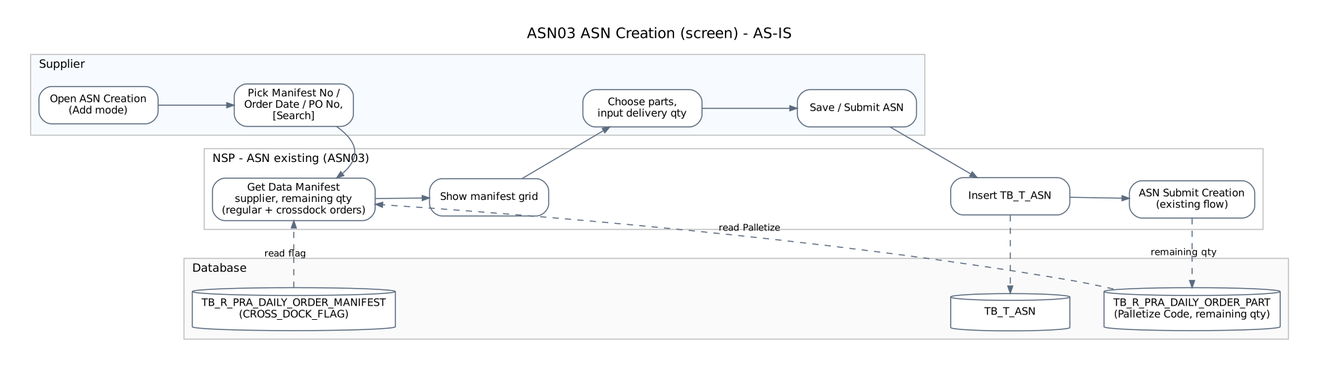
ivanrayhannn/crossdockpoc keeps this Graphviz diagram as deliverables/asn_existing/flow_img/asn03_as_is.png. Above is the earlier version. Its source is kept beside it as deliverables/asn_existing/flow_img/asn03_as_is.dot. Source of this version:
```dot
digraph G {
  graph [rankdir=LR, fontname="Helvetica", fontsize=11, nodesep=0.35, ranksep=0.45, pad=0.3, newrank=true, label="ASN03 ASN Creation (screen) - AS-IS", labelloc=t, fontsize=14];
  node [shape=box, style="rounded,filled", fillcolor="#FFFFFF", color="#5B6B7F", fontname="Helvetica", fontsize=10, margin="0.12,0.06", width=1.6];
  edge [color="#5B6B7F", fontname="Helvetica", fontsize=9, arrowsize=0.7];
  subgraph cluster_sup { label="Supplier"; style="filled"; fillcolor="#F7FBFF"; color="#BFBFBF"; fontsize=11; labeljust=l;
    s1 [label="Open ASN Creation\n(Add mode)"];
    s2 [label="Pick Manifest No /\nOrder Date / PO No,\n[Search]"];
    s3 [label="Choose parts,\ninput delivery qty"];
    s4 [label="Save / Submit ASN"];
  }
  subgraph cluster_nsp { label="NSP - ASN existing (ASN03)"; style="filled"; fillcolor="#FFFFFF"; color="#BFBFBF"; fontsize=11; labeljust=l;
    n2 [label="Get Data Manifest\nsupplier, remaining qty\n(regular + crossdock orders)"];
    n3 [label="Show manifest grid"];
    n4 [label="Insert TB_T_ASN"];
    n5 [label="ASN Submit Creation\n(existing flow)"];
  }
  subgraph cluster_db { label="Database"; style="filled"; fillcolor="#FAFAFA"; color="#BFBFBF"; fontsize=11; labeljust=l;
    db_pm [shape=cylinder, label="TB_R_PRA_DAILY_ORDER_MANIFEST\n(CROSS_DOCK_FLAG)"];
    db_pp [shape=cylinder, label="TB_R_PRA_DAILY_ORDER_PART\n(Palletize Code, remaining qty)"];
    db_asn [shape=cylinder, label="TB_T_ASN"];
  }
  s1 -> s2 -> n2 -> n3 -> s3 -> s4 -> n4 -> n5;
  db_pm -> n2 [style=dashed, label="read flag", constraint=false]; db_pp -> n2 [style=dashed, label="read Palletize", constraint=false];
  n4 -> db_asn [style=dashed, constraint=false]; n5 -> db_pp [style=dashed, label="remaining qty", constraint=false];
  { rank=same; s2; n2; db_pm; } s2 -> n2 [style=invis]; n2 -> db_pm [style=invis];
  { rank=same; n5; db_pp; } n5 -> db_pp [style=invis];
  { rank=same; n4; db_asn; }
}
```
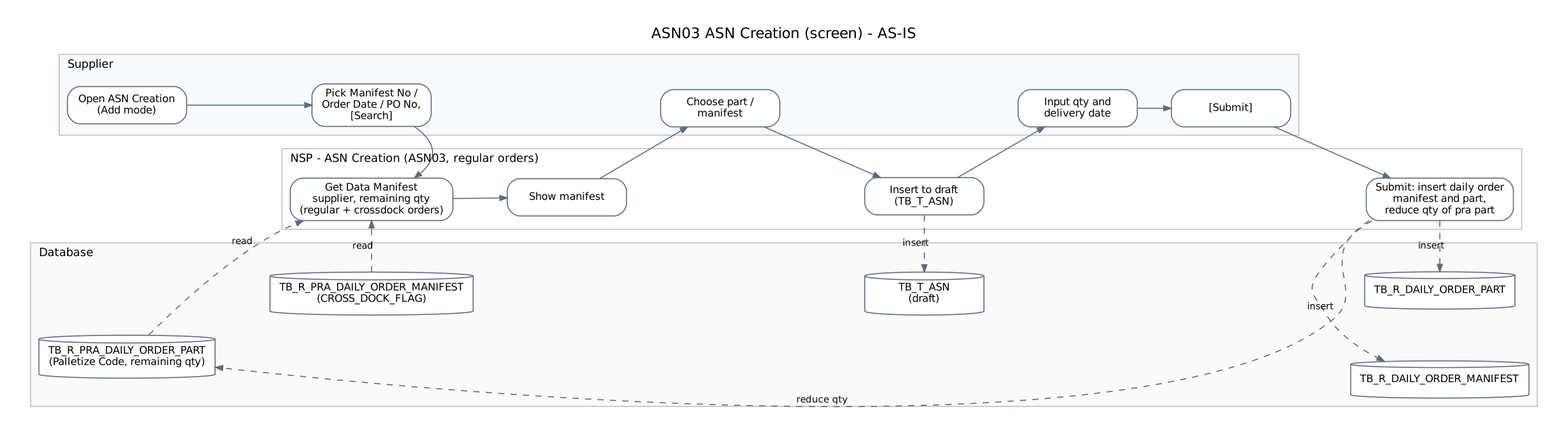
The same file after the commit.

What changed in the source:
```diff
@@ -5,24 +5,29 @@
   subgraph cluster_sup { label="Supplier"; style="filled"; fillcolor="#F7FBFF"; color="#BFBFBF"; fontsize=11; labeljust=l;
     s1 [label="Open ASN Creation\n(Add mode)"];
     s2 [label="Pick Manifest No /\nOrder Date / PO No,\n[Search]"];
-    s3 [label="Choose parts,\ninput delivery qty"];
-    s4 [label="Save / Submit ASN"];
+    s3 [label="Choose part /\nmanifest"];
+    s4 [label="Input qty and\ndelivery date"];
+    s5 [label="[Submit]"];
   }
-  subgraph cluster_nsp { label="NSP - ASN existing (ASN03)"; style="filled"; fillcolor="#FFFFFF"; color="#BFBFBF"; fontsize=11; labeljust=l;
+  subgraph cluster_nsp { label="NSP - ASN Creation (ASN03, regular orders)"; style="filled"; fillcolor="#FFFFFF"; color="#BFBFBF"; fontsize=11; labeljust=l;
     n2 [label="Get Data Manifest\nsupplier, remaining qty\n(regular + crossdock orders)"];
-    n3 [label="Show manifest grid"];
-    n4 [label="Insert TB_T_ASN"];
-    n5 [label="ASN Submit Creation\n(existing flow)"];
+    n3 [label="Show manifest"];
+    n4 [label="Insert to draft\n(TB_T_ASN)"];
+    n5 [label="Submit: insert daily order\nmanifest and part,\nreduce qty of pra part"];
   }
   subgraph cluster_db { label="Database"; style="filled"; fillcolor="#FAFAFA"; color="#BFBFBF"; fontsize=11; labeljust=l;
     db_pm [shape=cylinder, label="TB_R_PRA_DAILY_ORDER_MANIFEST\n(CROSS_DOCK_FLAG)"];
     db_pp [shape=cylinder, label="TB_R_PRA_DAILY_ORDER_PART\n(Palletize Code, remaining qty)"];
-    db_asn [shape=cylinder, label="TB_T_ASN"];
+    db_asn [shape=cylinder, label="TB_T_ASN\n(draft)"];
+    db_dm [shape=cylinder, label="TB_R_DAILY_ORDER_MANIFEST"];
+    db_dp [shape=cylinder, label="TB_R_DAILY_ORDER_PART"];
   }
-  s1 -> s2 -> n2 -> n3 -> s3 -> s4 -> n4 -> n5;
-  db_pm -> n2 [style=dashed, label="read flag", constraint=false]; db_pp -> n2 [style=dashed, label="read Palletize", constraint=false];
-  n4 -> db_asn [style=dashed, constraint=false]; n5 -> db_pp [style=dashed, label="remaining qty", constraint=false];
+  s1 -> s2 -> n2 -> n3 -> s3 -> n4 -> s4 -> s5 -> n5;
+  db_pm -> n2 [style=dashed, label="read", constraint=false]; db_pp -> n2 [style=dashed, label="read", constraint=false];
+  n4 -> db_asn [style=dashed, label="insert", constraint=false];
+  n5 -> db_dm [style=dashed, label="insert", constraint=false]; n5 -> db_dp [style=dashed, label="insert", constraint=false];
+  n5 -> db_pp [style=dashed, label="reduce qty", constraint=false];
   { rank=same; s2; n2; db_pm; } s2 -> n2 [style=invis]; n2 -> db_pm [style=invis];
-  { rank=same; n5; db_pp; } n5 -> db_pp [style=invis];
-  { rank=same; n4; db_asn; }
+  { rank=same; n4; db_asn; } n4 -> db_asn [style=invis];
+  { rank=same; n5; db_dm; db_dp; } n5 -> db_dm [style=invis]; db_dm -> db_dp [style=invis];
 }
```
